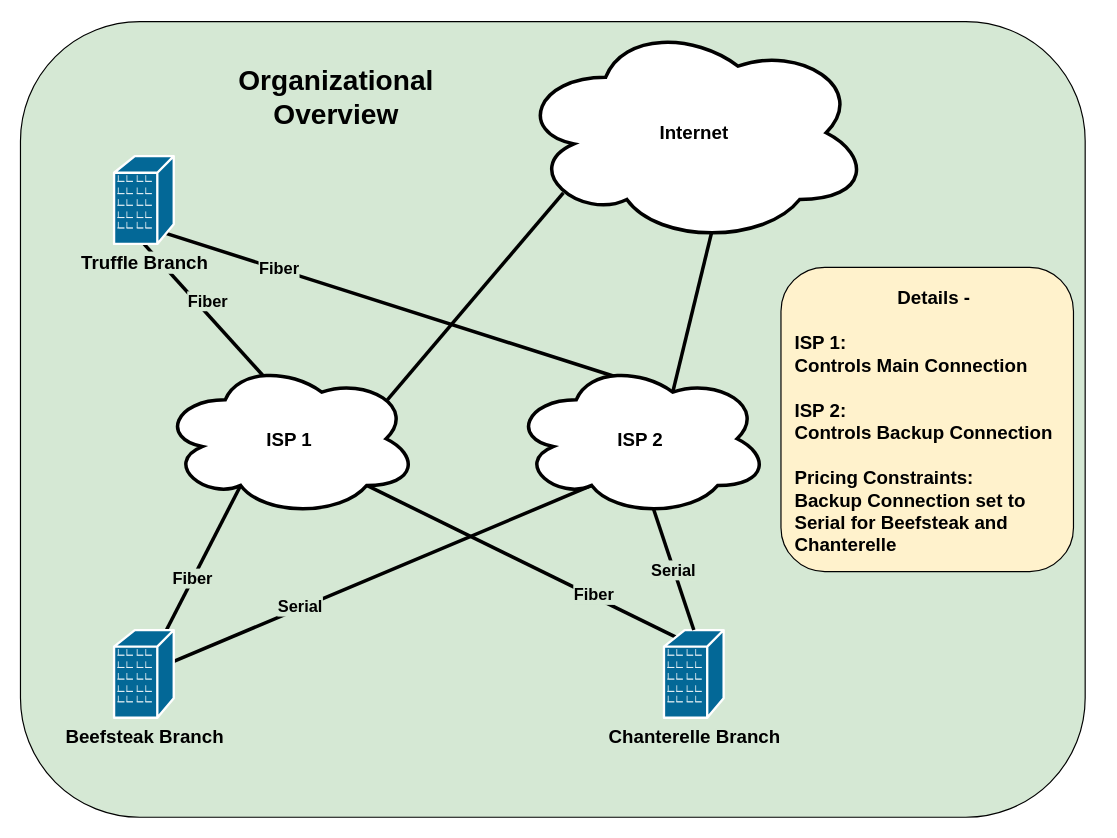
This is network-documentation/organizational-overview.drawio from joseph-a-tate/Clustered-Fungi, a draw.io file, before an edit. Source tidied: cells renumbered, new cells numbered last; positions are measured from the earlier drawing's top-left corner, leaving out a move shared by most shapes. Both pictures are drawn from the tidied source at 117%, with x=0, y=0 at pixel (20, 21).
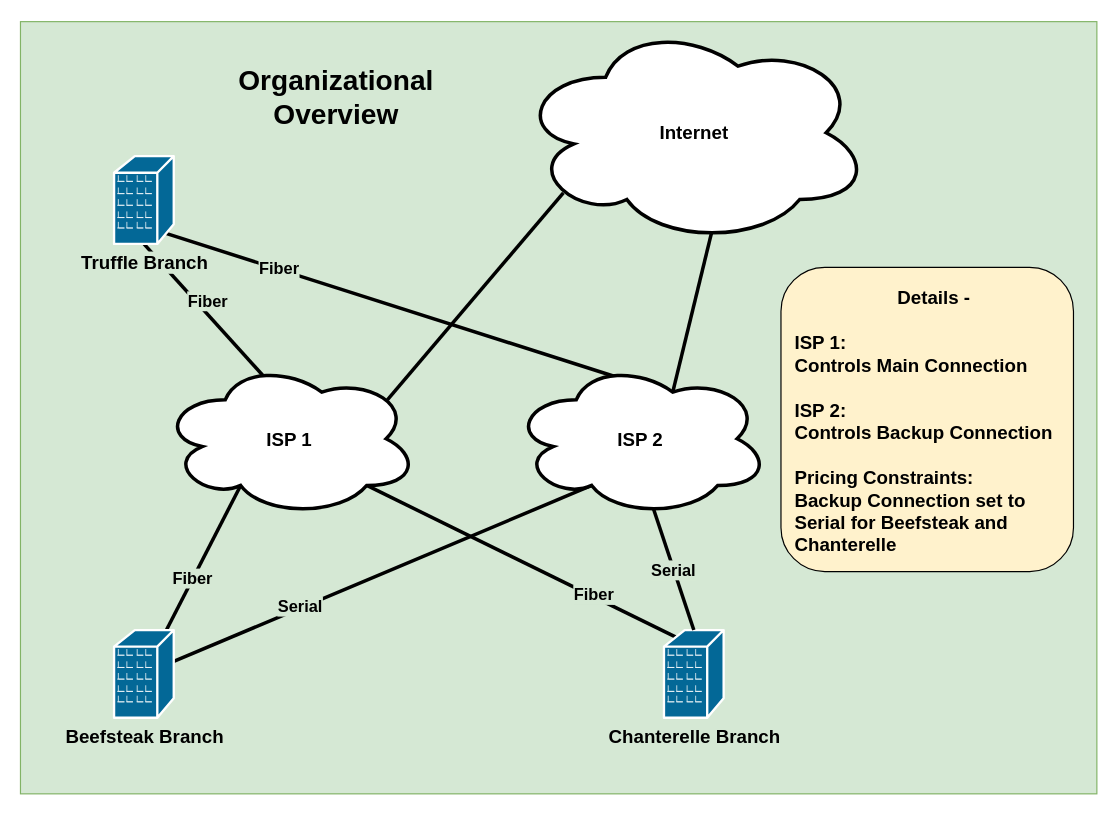
The same page after the edit.

Commit message (it also covers changes not shown here):
changed the organizational-overview files

Change to the diagram source:
```diff
@@
-    <mxCell id="2" style="rounded=1;whiteSpace=wrap;html=1;fillColor=#D5E8D4;" parent="1" vertex="1">
-      <mxGeometry width="910" height="680" as="geometry" />
-    </mxCell>
+    <mxCell id="21" style="rounded=0;whiteSpace=wrap;html=1;fillColor=#d5e8d4;strokeColor=#82b366;" parent="1" vertex="1">
+      <mxGeometry width="920" height="660" as="geometry" />
+    </mxCell>
```
